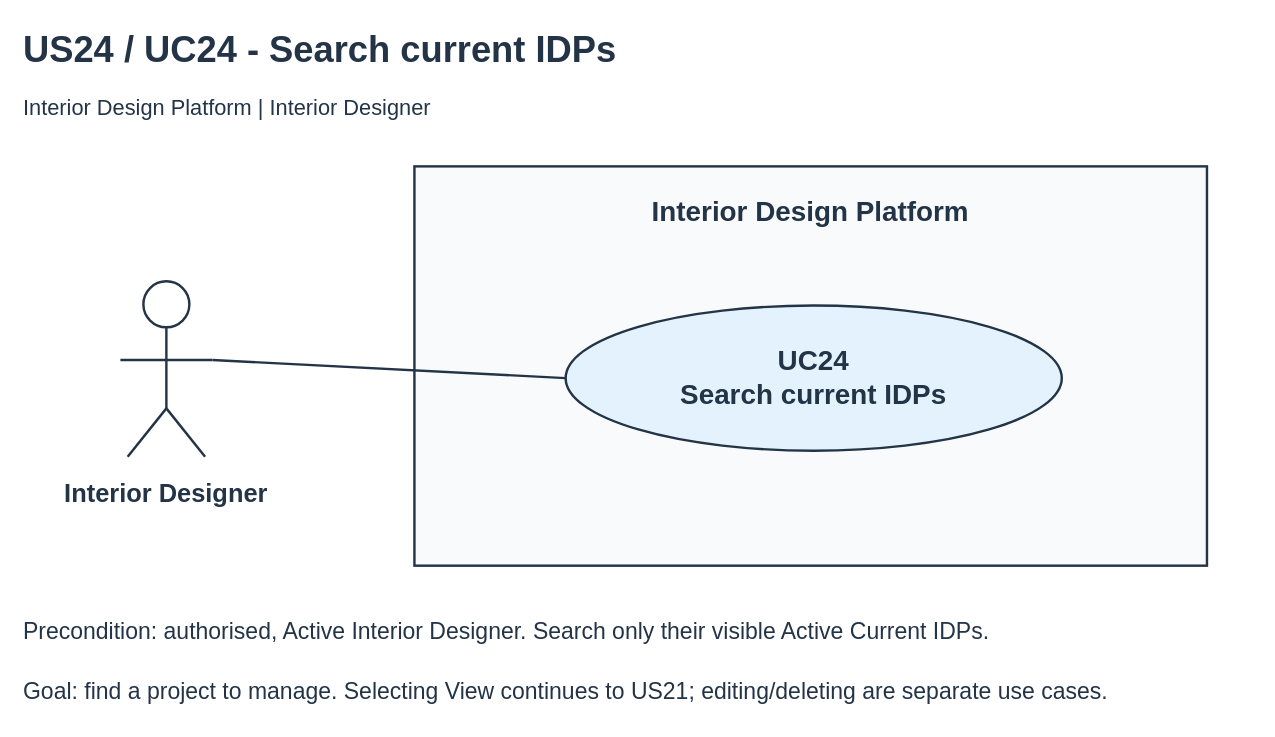
Hanzxc/CSIT314-ARCHSS keeps this draw.io diagram as page "2 Use Case Diagram" (1 of 7) of Sprint_3/US24 - Search Current IDPs/US24 Search current IDPs.drawio. Above is the earlier version. Source tidied: cells renumbered, new cells numbered last; positions are measured from the earlier drawing's top-left corner, leaving out a move shared by most shapes. Both pictures are drawn from the tidied source at 121%, with x=0, y=0 at pixel (21, 21).
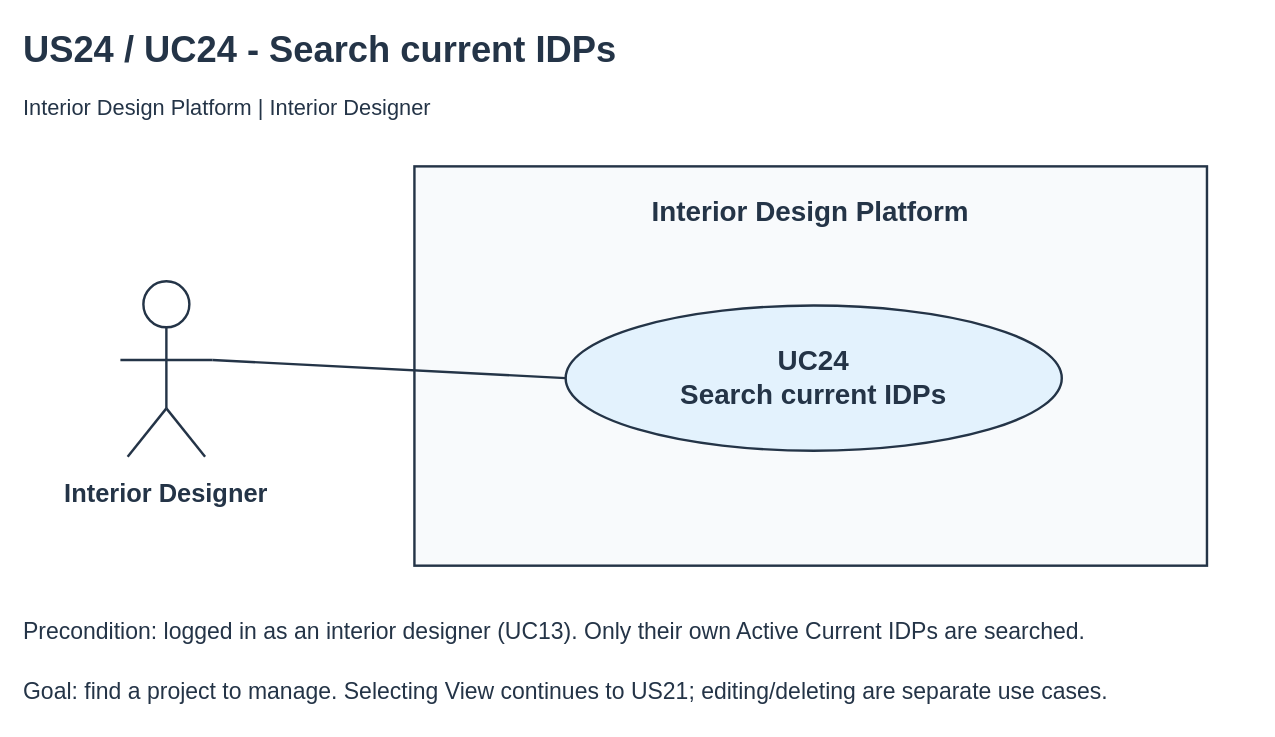
The same diagram, later.

The edit, as a diff of the source:
```diff
@@
-    <mxCell id="15" value="Precondition: authorised, Active Interior Designer. Search only their visible Active Current IDPs." style="text;html=0;align=left;verticalAlign=middle;whiteSpace=wrap;fontSize=19;fontStyle=0;fontColor=#243447;" parent="1" vertex="1">
+    <mxCell id="15" value="Precondition: logged in as an interior designer (UC13). Only their own Active Current IDPs are searched." style="text;html=0;align=left;verticalAlign=middle;whiteSpace=wrap;fontSize=19;fontStyle=0;fontColor=#243447;" parent="1" vertex="1">
       <mxGeometry y="485" width="1020" height="40" as="geometry" />
     </mxCell>
```
